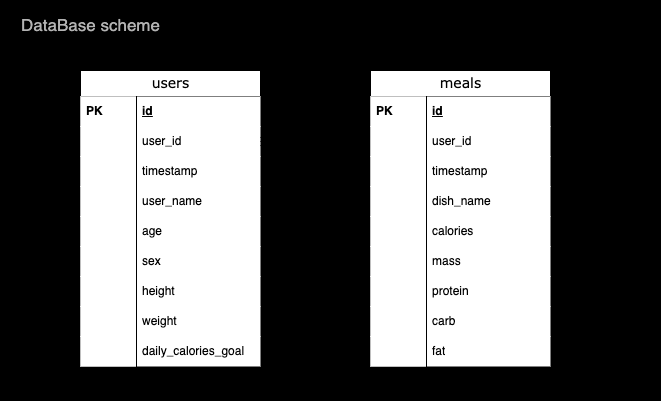
The draw.io diagram schemes/Untitled Diagram.drawio.png in NikitiusIvanov/tutorial, before a commit. Source tidied: cells renumbered, new cells last; positions are measured from the earlier drawing's top-left corner, leaving out a move shared by most shapes. Its diagram source:
```xml
<mxGraphModel>
  <root>
    <mxCell id="0" />
    <mxCell id="1" parent="0" />
    <mxCell id="2" style="group;" parent="1" vertex="1">
      <mxGeometry width="660" height="400" as="geometry" />
    </mxCell>
    <mxCell id="3" style="rounded=0;whiteSpace=wrap;html=1;fillColor=#000000;" parent="2" vertex="1">
      <mxGeometry width="660" height="400" as="geometry" />
    </mxCell>
    <mxCell id="4" value="users" style="swimlane;html=1;fontStyle=0;horizontal=1;startSize=26;swimlaneFillColor=#ffffff;align=center;rounded=0;shadow=0;comic=0;labelBackgroundColor=none;strokeWidth=1;fontFamily=Verdana;fontSize=14;" parent="2" vertex="1">
      <mxGeometry x="80" y="70" width="180" height="296" as="geometry" />
    </mxCell>
    <mxCell id="5" value="id" style="shape=partialRectangle;top=0;left=0;right=0;bottom=0;html=1;align=left;verticalAlign=middle;spacingLeft=60;spacingRight=4;whiteSpace=wrap;overflow=hidden;fontStyle=5;" parent="4" vertex="1">
      <mxGeometry y="26" width="180" height="30" as="geometry" />
    </mxCell>
    <mxCell id="6" value="PK" style="shape=partialRectangle;fontStyle=1;top=0;left=0;bottom=0;html=1;align=left;verticalAlign=middle;spacingLeft=4;spacingRight=4;whiteSpace=wrap;overflow=hidden;" parent="5" vertex="1">
      <mxGeometry width="56" height="30" as="geometry" />
    </mxCell>
    <mxCell id="7" value="user_id" style="shape=partialRectangle;top=0;left=0;right=0;bottom=0;html=1;align=left;verticalAlign=middle;spacingLeft=60;spacingRight=4;whiteSpace=wrap;overflow=hidden;points=[[0,0.5],[1,0.5]];portConstraint=eastwest;fontStyle=0;" parent="4" vertex="1">
      <mxGeometry y="56" width="180" height="30" as="geometry" />
    </mxCell>
    <mxCell id="8" style="shape=partialRectangle;fontStyle=1;top=0;left=0;bottom=0;html=1;align=left;verticalAlign=middle;spacingLeft=4;spacingRight=4;whiteSpace=wrap;overflow=hidden;" parent="7" vertex="1">
      <mxGeometry width="56" height="30" as="geometry" />
    </mxCell>
    <mxCell id="9" value="timestamp" style="shape=partialRectangle;top=0;left=0;right=0;bottom=0;html=1;align=left;verticalAlign=middle;spacingLeft=60;spacingRight=4;whiteSpace=wrap;overflow=hidden;fontStyle=0;" parent="4" vertex="1">
      <mxGeometry y="86" width="180" height="30" as="geometry" />
    </mxCell>
    <mxCell id="10" style="shape=partialRectangle;fontStyle=1;top=0;left=0;bottom=0;html=1;align=left;verticalAlign=middle;spacingLeft=4;spacingRight=4;whiteSpace=wrap;overflow=hidden;" parent="9" vertex="1">
      <mxGeometry width="56" height="30" as="geometry" />
    </mxCell>
    <mxCell id="11" value="user_name" style="shape=partialRectangle;top=0;left=0;right=0;bottom=0;html=1;align=left;verticalAlign=middle;spacingLeft=60;spacingRight=4;whiteSpace=wrap;overflow=hidden;fontStyle=0;" parent="4" vertex="1">
      <mxGeometry y="116" width="180" height="30" as="geometry" />
    </mxCell>
    <mxCell id="12" style="shape=partialRectangle;fontStyle=1;top=0;left=0;bottom=0;html=1;align=left;verticalAlign=middle;spacingLeft=4;spacingRight=4;whiteSpace=wrap;overflow=hidden;" parent="11" vertex="1">
      <mxGeometry width="56" height="30" as="geometry" />
    </mxCell>
    <mxCell id="13" value="age" style="shape=partialRectangle;top=0;left=0;right=0;bottom=0;html=1;align=left;verticalAlign=middle;spacingLeft=60;spacingRight=4;whiteSpace=wrap;overflow=hidden;fontStyle=0;" parent="4" vertex="1">
      <mxGeometry y="146" width="180" height="30" as="geometry" />
    </mxCell>
    <mxCell id="14" style="shape=partialRectangle;fontStyle=1;top=0;left=0;bottom=0;html=1;align=left;verticalAlign=middle;spacingLeft=4;spacingRight=4;whiteSpace=wrap;overflow=hidden;" parent="13" vertex="1">
      <mxGeometry width="56" height="30" as="geometry" />
    </mxCell>
    <mxCell id="15" value="sex" style="shape=partialRectangle;top=0;left=0;right=0;bottom=0;html=1;align=left;verticalAlign=middle;spacingLeft=60;spacingRight=4;whiteSpace=wrap;overflow=hidden;fontStyle=0;" parent="4" vertex="1">
      <mxGeometry y="176" width="180" height="30" as="geometry" />
    </mxCell>
    <mxCell id="16" style="shape=partialRectangle;fontStyle=1;top=0;left=0;bottom=0;html=1;align=left;verticalAlign=middle;spacingLeft=4;spacingRight=4;whiteSpace=wrap;overflow=hidden;" parent="15" vertex="1">
      <mxGeometry width="56" height="30" as="geometry" />
    </mxCell>
    <mxCell id="17" value="height" style="shape=partialRectangle;top=0;left=0;right=0;bottom=0;html=1;align=left;verticalAlign=middle;spacingLeft=60;spacingRight=4;whiteSpace=wrap;overflow=hidden;fontStyle=0;" parent="4" vertex="1">
      <mxGeometry y="206" width="180" height="30" as="geometry" />
    </mxCell>
    <mxCell id="18" style="shape=partialRectangle;fontStyle=1;top=0;left=0;bottom=0;html=1;align=left;verticalAlign=middle;spacingLeft=4;spacingRight=4;whiteSpace=wrap;overflow=hidden;" parent="17" vertex="1">
      <mxGeometry width="56" height="30" as="geometry" />
    </mxCell>
    <mxCell id="19" value="weight" style="shape=partialRectangle;top=0;left=0;right=0;bottom=0;html=1;align=left;verticalAlign=middle;spacingLeft=60;spacingRight=4;whiteSpace=wrap;overflow=hidden;fontStyle=0;" parent="4" vertex="1">
      <mxGeometry y="236" width="180" height="30" as="geometry" />
    </mxCell>
    <mxCell id="20" style="shape=partialRectangle;fontStyle=1;top=0;left=0;bottom=0;html=1;align=left;verticalAlign=middle;spacingLeft=4;spacingRight=4;whiteSpace=wrap;overflow=hidden;" parent="19" vertex="1">
      <mxGeometry width="56" height="30" as="geometry" />
    </mxCell>
    <mxCell id="21" value="daily_calories_goal" style="shape=partialRectangle;top=0;left=0;right=0;bottom=0;html=1;align=left;verticalAlign=middle;spacingLeft=60;spacingRight=4;whiteSpace=wrap;overflow=hidden;fontStyle=0;" parent="4" vertex="1">
      <mxGeometry y="266" width="180" height="30" as="geometry" />
    </mxCell>
    <mxCell id="22" style="shape=partialRectangle;fontStyle=1;top=0;left=0;bottom=0;html=1;align=left;verticalAlign=middle;spacingLeft=4;spacingRight=4;whiteSpace=wrap;overflow=hidden;" parent="21" vertex="1">
      <mxGeometry width="56" height="30" as="geometry" />
    </mxCell>
    <mxCell id="23" style="html=1;endArrow=ERmany;startArrow=ERmany;labelBackgroundColor=none;fontFamily=Verdana;fontSize=14;entryX=1;entryY=0.5;rounded=0;entryDx=0;entryDy=0;startFill=0;endFill=0;fontColor=#000000;" parent="2" edge="1" source="27" target="7">
      <mxGeometry relative="1" as="geometry" />
    </mxCell>
    <mxCell id="24" value="meals" style="swimlane;html=1;fontStyle=0;horizontal=1;startSize=26;swimlaneFillColor=#ffffff;align=center;rounded=0;shadow=0;comic=0;labelBackgroundColor=none;strokeWidth=1;fontFamily=Verdana;fontSize=14;" parent="2" vertex="1">
      <mxGeometry x="370" y="70" width="180" height="296" as="geometry" />
    </mxCell>
    <mxCell id="25" value="id" style="shape=partialRectangle;top=0;left=0;right=0;bottom=0;html=1;align=left;verticalAlign=middle;spacingLeft=60;spacingRight=4;whiteSpace=wrap;overflow=hidden;fontStyle=5;" parent="24" vertex="1">
      <mxGeometry y="26" width="180" height="30" as="geometry" />
    </mxCell>
    <mxCell id="26" value="PK" style="shape=partialRectangle;fontStyle=1;top=0;left=0;bottom=0;html=1;align=left;verticalAlign=middle;spacingLeft=4;spacingRight=4;whiteSpace=wrap;overflow=hidden;" parent="25" vertex="1">
      <mxGeometry width="56" height="30" as="geometry" />
    </mxCell>
    <mxCell id="27" value="user_id" style="shape=partialRectangle;top=0;left=0;right=0;bottom=0;html=1;align=left;verticalAlign=middle;spacingLeft=60;spacingRight=4;whiteSpace=wrap;overflow=hidden;points=[[0,0.5],[1,0.5]];portConstraint=eastwest;fontStyle=0;" parent="24" vertex="1">
      <mxGeometry y="56" width="180" height="30" as="geometry" />
    </mxCell>
    <mxCell id="28" style="shape=partialRectangle;fontStyle=1;top=0;left=0;bottom=0;html=1;align=left;verticalAlign=middle;spacingLeft=4;spacingRight=4;whiteSpace=wrap;overflow=hidden;" parent="27" vertex="1">
      <mxGeometry width="56" height="30" as="geometry" />
    </mxCell>
    <mxCell id="29" value="timestamp" style="shape=partialRectangle;top=0;left=0;right=0;bottom=0;html=1;align=left;verticalAlign=middle;spacingLeft=60;spacingRight=4;whiteSpace=wrap;overflow=hidden;fontStyle=0;" parent="24" vertex="1">
      <mxGeometry y="86" width="180" height="30" as="geometry" />
    </mxCell>
    <mxCell id="30" style="shape=partialRectangle;fontStyle=1;top=0;left=0;bottom=0;html=1;align=left;verticalAlign=middle;spacingLeft=4;spacingRight=4;whiteSpace=wrap;overflow=hidden;" parent="29" vertex="1">
      <mxGeometry width="56" height="30" as="geometry" />
    </mxCell>
    <mxCell id="31" value="dish_name" style="shape=partialRectangle;top=0;left=0;right=0;bottom=0;html=1;align=left;verticalAlign=middle;spacingLeft=60;spacingRight=4;whiteSpace=wrap;overflow=hidden;fontStyle=0;" parent="24" vertex="1">
      <mxGeometry y="116" width="180" height="30" as="geometry" />
    </mxCell>
    <mxCell id="32" style="shape=partialRectangle;fontStyle=1;top=0;left=0;bottom=0;html=1;align=left;verticalAlign=middle;spacingLeft=4;spacingRight=4;whiteSpace=wrap;overflow=hidden;" parent="31" vertex="1">
      <mxGeometry width="56" height="30" as="geometry" />
    </mxCell>
    <mxCell id="33" value="calories" style="shape=partialRectangle;top=0;left=0;right=0;bottom=0;html=1;align=left;verticalAlign=middle;spacingLeft=60;spacingRight=4;whiteSpace=wrap;overflow=hidden;fontStyle=0;" parent="24" vertex="1">
      <mxGeometry y="146" width="180" height="30" as="geometry" />
    </mxCell>
    <mxCell id="34" style="shape=partialRectangle;fontStyle=1;top=0;left=0;bottom=0;html=1;align=left;verticalAlign=middle;spacingLeft=4;spacingRight=4;whiteSpace=wrap;overflow=hidden;" parent="33" vertex="1">
      <mxGeometry width="56" height="30" as="geometry" />
    </mxCell>
    <mxCell id="35" value="mass" style="shape=partialRectangle;top=0;left=0;right=0;bottom=0;html=1;align=left;verticalAlign=middle;spacingLeft=60;spacingRight=4;whiteSpace=wrap;overflow=hidden;fontStyle=0;" parent="24" vertex="1">
      <mxGeometry y="176" width="180" height="30" as="geometry" />
    </mxCell>
    <mxCell id="36" style="shape=partialRectangle;fontStyle=1;top=0;left=0;bottom=0;html=1;align=left;verticalAlign=middle;spacingLeft=4;spacingRight=4;whiteSpace=wrap;overflow=hidden;" parent="35" vertex="1">
      <mxGeometry width="56" height="30" as="geometry" />
    </mxCell>
    <mxCell id="37" value="protein" style="shape=partialRectangle;top=0;left=0;right=0;bottom=0;html=1;align=left;verticalAlign=middle;spacingLeft=60;spacingRight=4;whiteSpace=wrap;overflow=hidden;fontStyle=0;" parent="24" vertex="1">
      <mxGeometry y="206" width="180" height="30" as="geometry" />
    </mxCell>
    <mxCell id="38" style="shape=partialRectangle;fontStyle=1;top=0;left=0;bottom=0;html=1;align=left;verticalAlign=middle;spacingLeft=4;spacingRight=4;whiteSpace=wrap;overflow=hidden;" parent="37" vertex="1">
      <mxGeometry width="56" height="30" as="geometry" />
    </mxCell>
    <mxCell id="39" value="carb" style="shape=partialRectangle;top=0;left=0;right=0;bottom=0;html=1;align=left;verticalAlign=middle;spacingLeft=60;spacingRight=4;whiteSpace=wrap;overflow=hidden;fontStyle=0;" parent="24" vertex="1">
      <mxGeometry y="236" width="180" height="30" as="geometry" />
    </mxCell>
    <mxCell id="40" style="shape=partialRectangle;fontStyle=1;top=0;left=0;bottom=0;html=1;align=left;verticalAlign=middle;spacingLeft=4;spacingRight=4;whiteSpace=wrap;overflow=hidden;" parent="39" vertex="1">
      <mxGeometry width="56" height="30" as="geometry" />
    </mxCell>
    <mxCell id="41" value="fat" style="shape=partialRectangle;top=0;left=0;right=0;bottom=0;html=1;align=left;verticalAlign=middle;spacingLeft=60;spacingRight=4;whiteSpace=wrap;overflow=hidden;fontStyle=0;" parent="24" vertex="1">
      <mxGeometry y="266" width="180" height="30" as="geometry" />
    </mxCell>
    <mxCell id="42" style="shape=partialRectangle;fontStyle=1;top=0;left=0;bottom=0;html=1;align=left;verticalAlign=middle;spacingLeft=4;spacingRight=4;whiteSpace=wrap;overflow=hidden;" parent="41" vertex="1">
      <mxGeometry width="56" height="30" as="geometry" />
    </mxCell>
    <mxCell id="43" value="DataBase scheme" style="text;html=1;align=center;verticalAlign=middle;strokeColor=none;fillColor=none;fontColor=#B3B3B3;fontSize=17;" parent="2" vertex="1">
      <mxGeometry x="10" y="10" width="160" height="30" as="geometry" />
    </mxCell>
  </root>
</mxGraphModel>
```
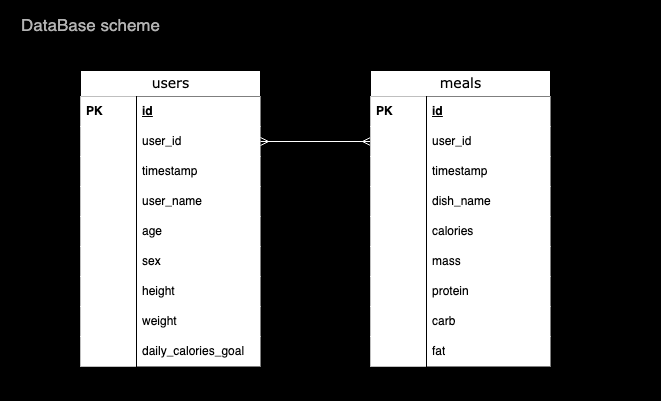
Later version of the same file.

The edit, as a diff of the source:
```diff
@@ -65,7 +65,7 @@
     <mxCell id="22" style="shape=partialRectangle;fontStyle=1;top=0;left=0;bottom=0;html=1;align=left;verticalAlign=middle;spacingLeft=4;spacingRight=4;whiteSpace=wrap;overflow=hidden;" parent="21" vertex="1">
       <mxGeometry width="56" height="30" as="geometry" />
     </mxCell>
-    <mxCell id="23" style="html=1;endArrow=ERmany;startArrow=ERmany;labelBackgroundColor=none;fontFamily=Verdana;fontSize=14;entryX=1;entryY=0.5;rounded=0;entryDx=0;entryDy=0;startFill=0;endFill=0;fontColor=#000000;" parent="2" edge="1" source="27" target="7">
+    <mxCell id="23" style="html=1;endArrow=ERmany;startArrow=ERmany;labelBackgroundColor=none;fontFamily=Verdana;fontSize=14;entryX=1;entryY=0.5;rounded=0;entryDx=0;entryDy=0;startFill=0;endFill=0;fontColor=#000000;strokeColor=#FFFFFF;" parent="2" edge="1" source="27" target="7">
       <mxGeometry relative="1" as="geometry" />
     </mxCell>
     <mxCell id="24" value="meals" style="swimlane;html=1;fontStyle=0;horizontal=1;startSize=26;swimlaneFillColor=#ffffff;align=center;rounded=0;shadow=0;comic=0;labelBackgroundColor=none;strokeWidth=1;fontFamily=Verdana;fontSize=14;" parent="2" vertex="1">
```
